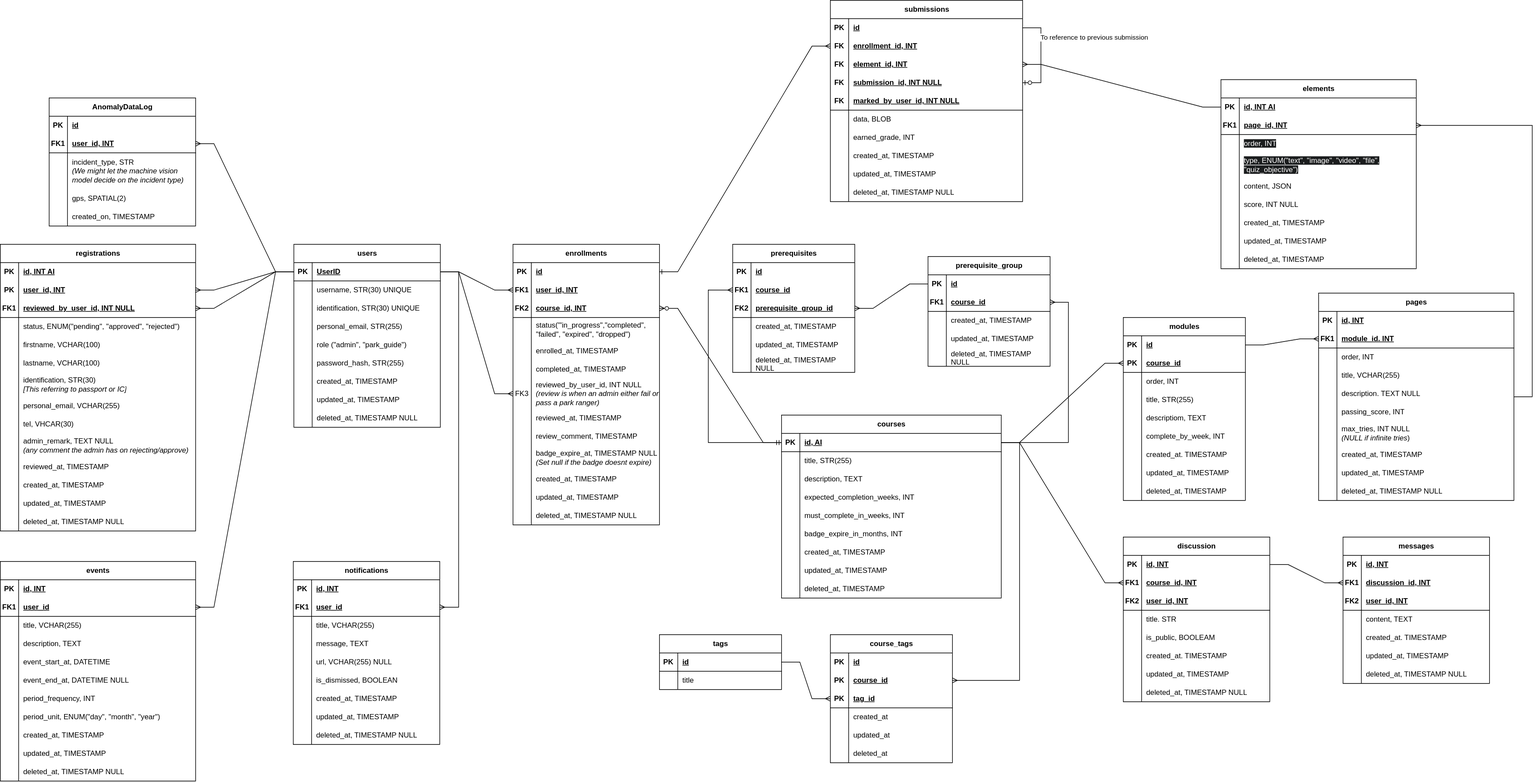
Above: docs/ERD.drawio.svg in Suerfine/COS30049-CTIP (draw.io), before the change. Source tidied: cells renumbered, new cells last; positions are measured from the earlier drawing's top-left corner, leaving out a move shared by most shapes.
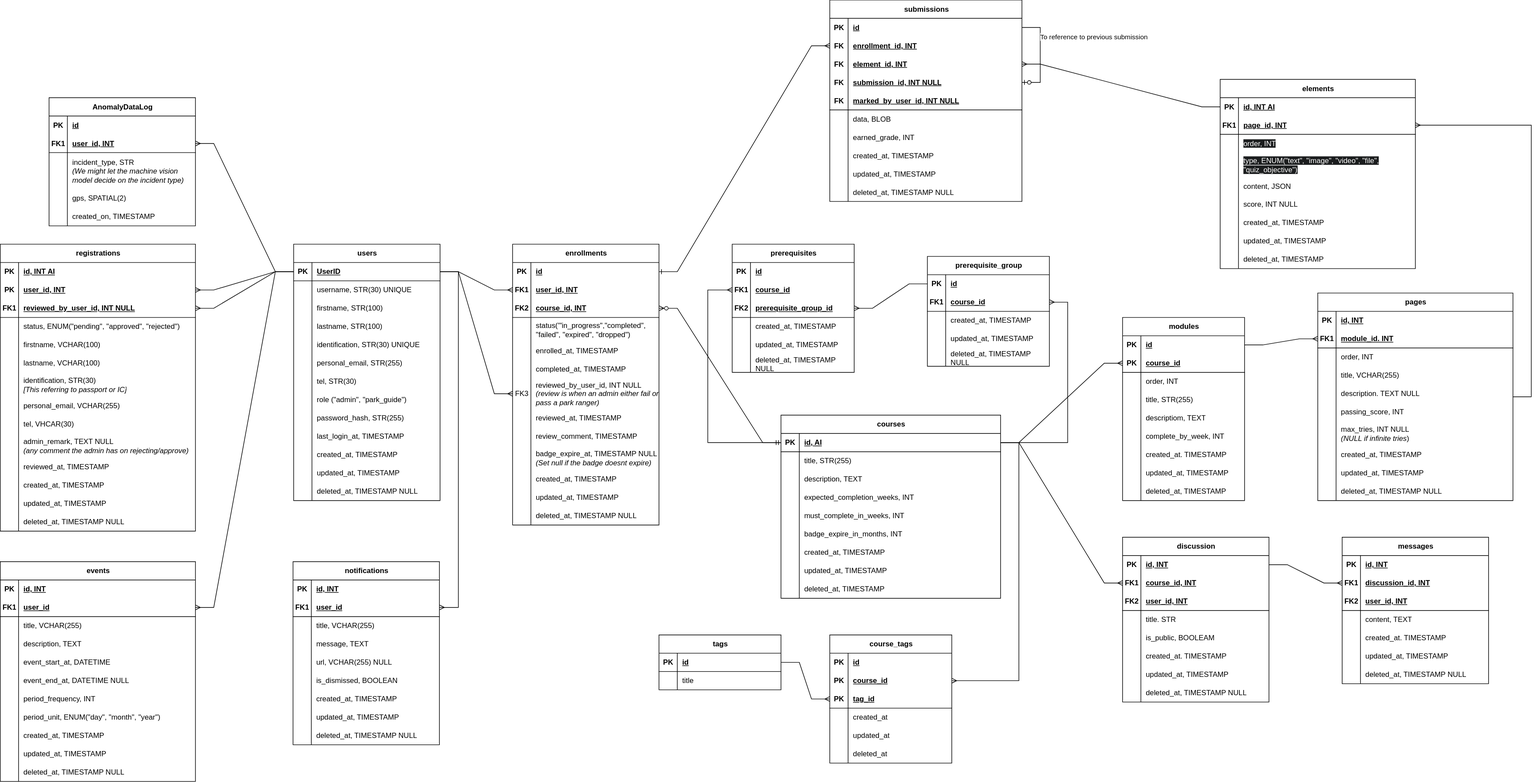
After the commit.

Change to the diagram source:
```diff
@@ -3,7 +3,7 @@
     <mxCell id="0" />
     <mxCell id="1" parent="0" />
     <mxCell id="2" value="users" style="shape=table;startSize=30;rowLines=0;fontStyle=1;align=center;html=1;" parent="1" vertex="1">
-      <mxGeometry x="481" y="400" width="240" height="300" as="geometry" />
+      <mxGeometry x="481" y="400" width="240" height="420" as="geometry" />
     </mxCell>
     <mxCell id="3" style="shape=tableRow;horizontal=0;startSize=0;swimlaneHead=0;swimlaneBody=0;fillColor=none;points=[[0,0.5],[1,0.5]];portConstraint=eastwest;top=0;left=0;right=0;bottom=1;" parent="2" vertex="1">
       <mxGeometry y="30" width="240" height="30" as="geometry" />
@@ -23,8 +23,26 @@
     <mxCell id="8" value="username, STR(30) UNIQUE" style="shape=partialRectangle;fillColor=none;top=0;left=0;bottom=0;right=0;align=left;spacingLeft=6;overflow=hidden;whiteSpace=wrap;html=1;" parent="6" vertex="1">
       <mxGeometry x="30" width="210" height="30" as="geometry" />
     </mxCell>
+    <mxCell id="467" style="shape=tableRow;horizontal=0;startSize=0;swimlaneHead=0;swimlaneBody=0;fillColor=none;top=0;left=0;right=0;bottom=0;" parent="2" vertex="1">
+      <mxGeometry y="90" width="240" height="30" as="geometry" />
+    </mxCell>
+    <mxCell id="468" style="shape=partialRectangle;fillColor=none;top=0;left=0;bottom=0;right=0;overflow=hidden;whiteSpace=wrap;html=1;" parent="467" vertex="1">
+      <mxGeometry width="30" height="30" as="geometry" />
+    </mxCell>
+    <mxCell id="469" value="firstname, STR(100)" style="shape=partialRectangle;fillColor=none;top=0;left=0;bottom=0;right=0;align=left;spacingLeft=6;overflow=hidden;whiteSpace=wrap;html=1;" parent="467" vertex="1">
+      <mxGeometry x="30" width="210" height="30" as="geometry" />
+    </mxCell>
+    <mxCell id="470" style="shape=tableRow;horizontal=0;startSize=0;swimlaneHead=0;swimlaneBody=0;fillColor=none;top=0;left=0;right=0;bottom=0;" parent="2" vertex="1">
+      <mxGeometry y="120" width="240" height="30" as="geometry" />
+    </mxCell>
+    <mxCell id="471" style="shape=partialRectangle;fillColor=none;top=0;left=0;bottom=0;right=0;overflow=hidden;whiteSpace=wrap;html=1;" parent="470" vertex="1">
+      <mxGeometry width="30" height="30" as="geometry" />
+    </mxCell>
+    <mxCell id="472" value="lastname, STR(100)" style="shape=partialRectangle;fillColor=none;top=0;left=0;bottom=0;right=0;align=left;spacingLeft=6;overflow=hidden;whiteSpace=wrap;html=1;" parent="470" vertex="1">
+      <mxGeometry x="30" width="210" height="30" as="geometry" />
+    </mxCell>
     <mxCell id="9" style="shape=tableRow;horizontal=0;startSize=0;swimlaneHead=0;swimlaneBody=0;fillColor=none;top=0;left=0;right=0;bottom=0;" parent="2" vertex="1">
-      <mxGeometry y="90" width="240" height="30" as="geometry" />
+      <mxGeometry y="150" width="240" height="30" as="geometry" />
     </mxCell>
     <mxCell id="10" style="shape=partialRectangle;fillColor=none;top=0;left=0;bottom=0;right=0;overflow=hidden;whiteSpace=wrap;html=1;" parent="9" vertex="1">
       <mxGeometry width="30" height="30" as="geometry" />
@@ -33,7 +51,7 @@
       <mxGeometry x="30" width="210" height="30" as="geometry" />
     </mxCell>
     <mxCell id="12" style="shape=tableRow;horizontal=0;startSize=0;swimlaneHead=0;swimlaneBody=0;fillColor=none;top=0;left=0;right=0;bottom=0;" parent="2" vertex="1">
-      <mxGeometry y="120" width="240" height="30" as="geometry" />
+      <mxGeometry y="180" width="240" height="30" as="geometry" />
     </mxCell>
     <mxCell id="13" style="shape=partialRectangle;fillColor=none;top=0;left=0;bottom=0;right=0;overflow=hidden;whiteSpace=wrap;html=1;" parent="12" vertex="1">
       <mxGeometry width="30" height="30" as="geometry" />
@@ -41,8 +59,17 @@
     <mxCell id="14" value="personal_email, STR(255)" style="shape=partialRectangle;fillColor=none;top=0;left=0;bottom=0;right=0;align=left;spacingLeft=6;overflow=hidden;whiteSpace=wrap;html=1;" parent="12" vertex="1">
       <mxGeometry x="30" width="210" height="30" as="geometry" />
     </mxCell>
+    <mxCell id="473" style="shape=tableRow;horizontal=0;startSize=0;swimlaneHead=0;swimlaneBody=0;fillColor=none;top=0;left=0;right=0;bottom=0;" parent="2" vertex="1">
+      <mxGeometry y="210" width="240" height="30" as="geometry" />
+    </mxCell>
+    <mxCell id="474" style="shape=partialRectangle;fillColor=none;top=0;left=0;bottom=0;right=0;overflow=hidden;whiteSpace=wrap;html=1;" parent="473" vertex="1">
+      <mxGeometry width="30" height="30" as="geometry" />
+    </mxCell>
+    <mxCell id="475" value="tel, STR(30)" style="shape=partialRectangle;fillColor=none;top=0;left=0;bottom=0;right=0;align=left;spacingLeft=6;overflow=hidden;whiteSpace=wrap;html=1;" parent="473" vertex="1">
+      <mxGeometry x="30" width="210" height="30" as="geometry" />
+    </mxCell>
     <mxCell id="15" style="shape=tableRow;horizontal=0;startSize=0;swimlaneHead=0;swimlaneBody=0;fillColor=none;top=0;left=0;right=0;bottom=0;" parent="2" vertex="1">
-      <mxGeometry y="150" width="240" height="30" as="geometry" />
+      <mxGeometry y="240" width="240" height="30" as="geometry" />
     </mxCell>
     <mxCell id="16" style="shape=partialRectangle;fillColor=none;top=0;left=0;bottom=0;right=0;overflow=hidden;whiteSpace=wrap;html=1;" parent="15" vertex="1">
       <mxGeometry width="30" height="30" as="geometry" />
@@ -51,7 +78,7 @@
       <mxGeometry x="30" width="210" height="30" as="geometry" />
     </mxCell>
     <mxCell id="18" style="shape=tableRow;horizontal=0;startSize=0;swimlaneHead=0;swimlaneBody=0;fillColor=none;top=0;left=0;right=0;bottom=0;" parent="2" vertex="1">
-      <mxGeometry y="180" width="240" height="30" as="geometry" />
+      <mxGeometry y="270" width="240" height="30" as="geometry" />
     </mxCell>
     <mxCell id="19" style="shape=partialRectangle;fillColor=none;top=0;left=0;bottom=0;right=0;overflow=hidden;whiteSpace=wrap;html=1;" parent="18" vertex="1">
       <mxGeometry width="30" height="30" as="geometry" />
@@ -59,8 +86,17 @@
     <mxCell id="20" value="password_hash, STR(255)" style="shape=partialRectangle;fillColor=none;top=0;left=0;bottom=0;right=0;align=left;spacingLeft=6;overflow=hidden;whiteSpace=wrap;html=1;" parent="18" vertex="1">
       <mxGeometry x="30" width="210" height="30" as="geometry" />
     </mxCell>
+    <mxCell id="476" style="shape=tableRow;horizontal=0;startSize=0;swimlaneHead=0;swimlaneBody=0;fillColor=none;top=0;left=0;right=0;bottom=0;" parent="2" vertex="1">
+      <mxGeometry y="300" width="240" height="30" as="geometry" />
+    </mxCell>
+    <mxCell id="477" style="shape=partialRectangle;fillColor=none;top=0;left=0;bottom=0;right=0;overflow=hidden;whiteSpace=wrap;html=1;" parent="476" vertex="1">
+      <mxGeometry width="30" height="30" as="geometry" />
+    </mxCell>
+    <mxCell id="478" value="last_login_at, TIMESTAMP" style="shape=partialRectangle;fillColor=none;top=0;left=0;bottom=0;right=0;align=left;spacingLeft=6;overflow=hidden;whiteSpace=wrap;html=1;" parent="476" vertex="1">
+      <mxGeometry x="30" width="210" height="30" as="geometry" />
+    </mxCell>
     <mxCell id="21" style="shape=tableRow;horizontal=0;startSize=0;swimlaneHead=0;swimlaneBody=0;fillColor=none;top=0;left=0;right=0;bottom=0;" parent="2" vertex="1">
-      <mxGeometry y="210" width="240" height="30" as="geometry" />
+      <mxGeometry y="330" width="240" height="30" as="geometry" />
     </mxCell>
     <mxCell id="22" style="shape=partialRectangle;fillColor=none;top=0;left=0;bottom=0;right=0;overflow=hidden;whiteSpace=wrap;html=1;" parent="21" vertex="1">
       <mxGeometry width="30" height="30" as="geometry" />
@@ -69,7 +105,7 @@
       <mxGeometry x="30" width="210" height="30" as="geometry" />
     </mxCell>
     <mxCell id="24" style="shape=tableRow;horizontal=0;startSize=0;swimlaneHead=0;swimlaneBody=0;fillColor=none;top=0;left=0;right=0;bottom=0;" parent="2" vertex="1">
-      <mxGeometry y="240" width="240" height="30" as="geometry" />
+      <mxGeometry y="360" width="240" height="30" as="geometry" />
     </mxCell>
     <mxCell id="25" style="shape=partialRectangle;fillColor=none;top=0;left=0;bottom=0;right=0;overflow=hidden;whiteSpace=wrap;html=1;" parent="24" vertex="1">
       <mxGeometry width="30" height="30" as="geometry" />
@@ -78,7 +114,7 @@
       <mxGeometry x="30" width="210" height="30" as="geometry" />
     </mxCell>
     <mxCell id="27" style="shape=tableRow;horizontal=0;startSize=0;swimlaneHead=0;swimlaneBody=0;fillColor=none;top=0;left=0;right=0;bottom=0;" parent="2" vertex="1">
-      <mxGeometry y="270" width="240" height="30" as="geometry" />
+      <mxGeometry y="390" width="240" height="30" as="geometry" />
     </mxCell>
     <mxCell id="28" style="shape=partialRectangle;fillColor=none;top=0;left=0;bottom=0;right=0;overflow=hidden;whiteSpace=wrap;html=1;" parent="27" vertex="1">
       <mxGeometry width="30" height="30" as="geometry" />
```
